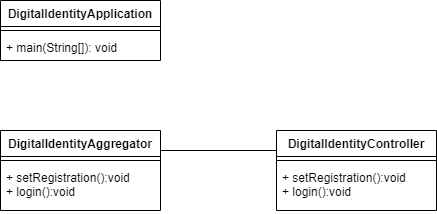
Before: Documentation/classdiagram/Backend_Classdiagram.png, a diagram exported from draw.io (amosproj/amos2022ss04-digital-identity). Source tidied: cells renumbered, new cells last; positions are measured from the earlier drawing's top-left corner, leaving out a move shared by most shapes.
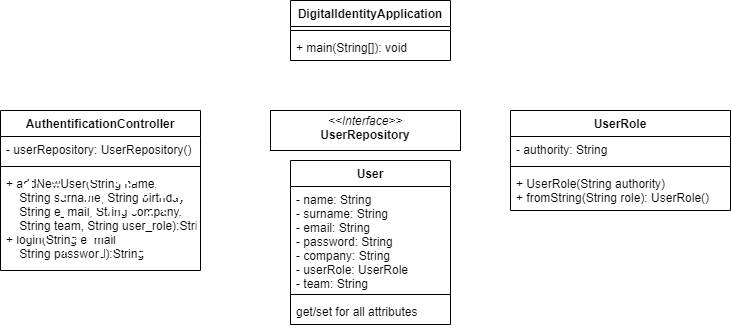
Above is the later version.

Commit message:
Update Class diagram

Change to the diagram source:
```diff
@@ -11,26 +11,44 @@
     <mxCell id="4" value="+ main(String[]): void" style="text;strokeColor=none;fillColor=none;align=left;verticalAlign=top;spacingLeft=4;spacingRight=4;overflow=hidden;" parent="2" vertex="1">
       <mxGeometry y="34" width="160" height="26" as="geometry" />
     </mxCell>
-    <mxCell id="5" value="DigitalIdentityController" style="swimlane;fontStyle=1;align=center;verticalAlign=top;horizontal=1;startSize=26;" parent="1" vertex="1">
-      <mxGeometry x="276" y="130" width="160" height="80" as="geometry" />
-    </mxCell>
-    <mxCell id="6" style="line;strokeWidth=1;fillColor=none;align=left;verticalAlign=middle;spacingTop=-1;spacingLeft=3;spacingRight=3;labelPosition=right;" parent="5" vertex="1">
-      <mxGeometry y="26" width="160" height="8" as="geometry" />
-    </mxCell>
-    <mxCell id="7" value="+ setRegistration():void&#10;+ login():void" style="text;strokeColor=none;fillColor=none;align=left;verticalAlign=top;spacingLeft=4;spacingRight=4;overflow=hidden;" parent="5" vertex="1">
-      <mxGeometry y="34" width="160" height="46" as="geometry" />
-    </mxCell>
-    <mxCell id="8" value="DigitalIdentityAggregator" style="swimlane;fontStyle=1;align=center;verticalAlign=top;horizontal=1;startSize=26;" parent="1" vertex="1">
-      <mxGeometry y="130" width="160" height="80" as="geometry" />
-    </mxCell>
-    <mxCell id="9" style="line;strokeWidth=1;fillColor=none;align=left;verticalAlign=middle;spacingTop=-1;spacingLeft=3;spacingRight=3;labelPosition=right;" parent="8" vertex="1">
-      <mxGeometry y="26" width="160" height="8" as="geometry" />
-    </mxCell>
-    <mxCell id="10" value="+ setRegistration():void&#10;+ login():void" style="text;strokeColor=none;fillColor=none;align=left;verticalAlign=top;spacingLeft=4;spacingRight=4;overflow=hidden;" parent="8" vertex="1">
-      <mxGeometry y="34" width="160" height="46" as="geometry" />
-    </mxCell>
-    <mxCell id="11" style="endArrow=none;html=1;rounded=0;exitX=0;exitY=0.25;exitDx=0;exitDy=0;entryX=1;entryY=0.25;entryDx=0;entryDy=0;" parent="1" edge="1" source="5" target="8">
-      <mxGeometry relative="1" as="geometry" />
-    </mxCell>
+    <mxCell id="12" value="AuthentificationController" style="swimlane;fontStyle=1;align=center;verticalAlign=top;horizontal=1;startSize=26;" parent="1" vertex="1">
+      <mxGeometry x="-290" y="110" width="200" height="160" as="geometry" />
+    </mxCell>
+    <mxCell id="13" value="- userRepository: UserRepository()" style="text;strokeColor=none;fillColor=none;align=left;verticalAlign=top;spacingLeft=4;spacingRight=4;overflow=hidden;" parent="12" vertex="1">
+      <mxGeometry y="26" width="200" height="26" as="geometry" />
+    </mxCell>
+    <mxCell id="14" style="line;strokeWidth=1;fillColor=none;align=left;verticalAlign=middle;spacingTop=-1;spacingLeft=3;spacingRight=3;labelPosition=right;" parent="12" vertex="1">
+      <mxGeometry y="52" width="200" height="8" as="geometry" />
+    </mxCell>
+    <mxCell id="15" value="+ addNewUser(String name,&#10;    String surname, String birthday,&#10;    String e_mail, String company,&#10;    String team, String user_role):String&#10;+ login(String e_mail,&#10;    String password):String&#10;" style="text;strokeColor=none;fillColor=none;align=left;verticalAlign=top;spacingLeft=4;spacingRight=4;overflow=hidden;" parent="12" vertex="1">
+      <mxGeometry y="60" width="200" height="100" as="geometry" />
+    </mxCell>
+    <mxCell id="16" value="&lt;p style=&quot;margin:0px;margin-top:4px;text-align:center;&quot;&gt;&lt;i&gt;&amp;lt;&amp;lt;Interface&amp;gt;&amp;gt;&lt;/i&gt;&lt;br&gt;&lt;b&gt;UserRepository&lt;/b&gt;&lt;/p&gt;&lt;p style=&quot;margin:0px;margin-left:4px;&quot;&gt;&lt;br&gt;&lt;/p&gt;&lt;p style=&quot;margin:0px;margin-left:4px;&quot;&gt;&lt;br&gt;&lt;/p&gt;" style="verticalAlign=top;align=left;overflow=fill;fontSize=12;fontFamily=Helvetica;html=1;" parent="1" vertex="1">
+      <mxGeometry x="-20" y="110" width="190" height="40" as="geometry" />
+    </mxCell>
+    <mxCell id="17" value="User" style="swimlane;fontStyle=1;align=center;verticalAlign=top;horizontal=1;startSize=26;" parent="1" vertex="1">
+      <mxGeometry y="160" width="160" height="164" as="geometry" />
+    </mxCell>
+    <mxCell id="18" value="- name: String&#10;- surname: String&#10;- email: String&#10;- password: String&#10;- company: String&#10;- userRole: UserRole&#10;- team: String" style="text;strokeColor=none;fillColor=none;align=left;verticalAlign=top;spacingLeft=4;spacingRight=4;overflow=hidden;" parent="17" vertex="1">
+      <mxGeometry y="26" width="160" height="104" as="geometry" />
+    </mxCell>
+    <mxCell id="19" style="line;strokeWidth=1;fillColor=none;align=left;verticalAlign=middle;spacingTop=-1;spacingLeft=3;spacingRight=3;labelPosition=right;" parent="17" vertex="1">
+      <mxGeometry y="130" width="160" height="8" as="geometry" />
+    </mxCell>
+    <mxCell id="20" value="get/set for all attributes" style="text;strokeColor=none;fillColor=none;align=left;verticalAlign=top;spacingLeft=4;spacingRight=4;overflow=hidden;" parent="17" vertex="1">
+      <mxGeometry y="138" width="160" height="26" as="geometry" />
+    </mxCell>
+    <mxCell id="21" value="UserRole" style="swimlane;fontStyle=1;align=center;verticalAlign=top;horizontal=1;startSize=26;" parent="1" vertex="1">
+      <mxGeometry x="220" y="110" width="220" height="100" as="geometry" />
+    </mxCell>
+    <mxCell id="22" value="- authority: String" style="text;strokeColor=none;fillColor=none;align=left;verticalAlign=top;spacingLeft=4;spacingRight=4;overflow=hidden;" parent="21" vertex="1">
+      <mxGeometry y="26" width="220" height="26" as="geometry" />
+    </mxCell>
+    <mxCell id="23" style="line;strokeWidth=1;fillColor=none;align=left;verticalAlign=middle;spacingTop=-1;spacingLeft=3;spacingRight=3;labelPosition=right;" parent="21" vertex="1">
+      <mxGeometry y="52" width="220" height="8" as="geometry" />
+    </mxCell>
+    <mxCell id="24" value="+ UserRole(String authority)&#10;+ fromString(String role): UserRole()" style="text;strokeColor=none;fillColor=none;align=left;verticalAlign=top;spacingLeft=4;spacingRight=4;overflow=hidden;" parent="21" vertex="1">
+      <mxGeometry y="60" width="220" height="40" as="geometry" />
+    </mxCell>
   </root>
 </mxGraphModel>
```
